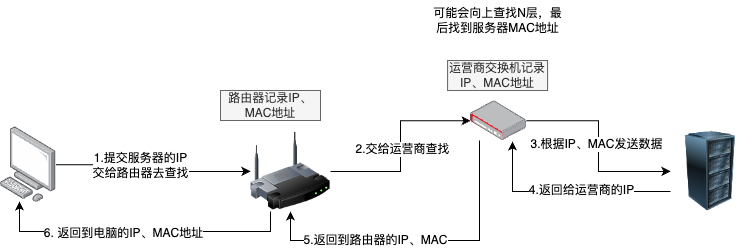
Above: ARP协议_获取MAC地址.drawio.png in JYbill/draw (draw.io), before the change. Source tidied: cells renumbered, new cells last; positions are measured from the earlier drawing's top-left corner, leaving out a move shared by most shapes.
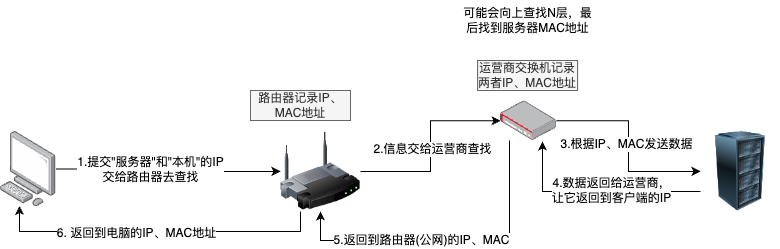
Above is the later version.

Commit message:
更新ARP协议_获取MAC地址.drawio.png

The edit, as a diff of the source:
```diff
@@ -5,18 +5,18 @@
     <mxCell id="2" style="edgeStyle=orthogonalEdgeStyle;rounded=0;jettySize=auto;html=1;" parent="1" edge="1" source="4" target="9">
       <mxGeometry relative="1" as="geometry" />
     </mxCell>
-    <mxCell id="3" value="1.提交服务器的IP&lt;br&gt;交给路由器去查找" style="edgeLabel;html=1;align=center;verticalAlign=middle;" parent="2" vertex="1">
+    <mxCell id="3" value="1.提交&quot;服务器&quot;和&quot;本机&quot;的IP&lt;br&gt;交给路由器去查找" style="edgeLabel;html=1;align=center;verticalAlign=middle;" parent="2" vertex="1">
       <mxGeometry x="-0.28" y="-3" relative="1" as="geometry">
         <mxPoint x="12" y="-3" as="offset" />
       </mxGeometry>
     </mxCell>
     <mxCell id="4" style="image;points=[];html=1;align=center;shadow=0;dashed=0;image=img/lib/allied_telesis/computer_and_terminals/Personal_Computer.svg;" parent="1" vertex="1">
-      <mxGeometry y="126.4" width="55.6" height="75.3" as="geometry" />
+      <mxGeometry x="-30" y="130.9" width="55.6" height="75.3" as="geometry" />
     </mxCell>
     <mxCell id="5" style="edgeStyle=orthogonalEdgeStyle;rounded=0;jettySize=auto;html=1;exitX=1;exitY=0.5;exitDx=0;exitDy=0;" parent="1" edge="1" source="9" target="14">
       <mxGeometry relative="1" as="geometry" />
     </mxCell>
-    <mxCell id="6" value="2.交给运营商查找" style="edgeLabel;html=1;align=center;verticalAlign=middle;" parent="5" vertex="1">
+    <mxCell id="6" value="2.信息交给运营商查找" style="edgeLabel;html=1;align=center;verticalAlign=middle;" parent="5" vertex="1">
       <mxGeometry x="-0.03" y="-1" relative="1" as="geometry" />
     </mxCell>
     <mxCell id="7" style="edgeStyle=orthogonalEdgeStyle;rounded=0;jettySize=auto;html=1;exitX=0.25;exitY=1;exitDx=0;exitDy=0;entryX=0.342;entryY=0.989;entryDx=0;entryDy=0;entryPerimeter=0;" parent="1" edge="1" source="9" target="4">
@@ -44,8 +44,10 @@
         </Array>
       </mxGeometry>
     </mxCell>
-    <mxCell id="13" value="5.返回到路由器的IP、MAC" style="edgeLabel;html=1;align=center;verticalAlign=middle;" parent="12" vertex="1">
-      <mxGeometry x="0.29" y="-1" relative="1" as="geometry" />
+    <mxCell id="13" value="5.返回到路由器(公网)的IP、MAC" style="edgeLabel;html=1;align=center;verticalAlign=middle;" parent="12" vertex="1">
+      <mxGeometry x="0.29" y="-1" relative="1" as="geometry">
+        <mxPoint x="16" as="offset" />
+      </mxGeometry>
     </mxCell>
     <mxCell id="14" style="image;points=[];html=1;align=center;shadow=0;dashed=0;image=img/lib/allied_telesis/security/Router_VPN.svg;" parent="1" vertex="1">
       <mxGeometry x="470" y="100.4" width="55.8" height="39.6" as="geometry" />
@@ -56,7 +58,7 @@
     <mxCell id="16" style="edgeStyle=orthogonalEdgeStyle;rounded=0;jettySize=auto;html=1;exitX=0;exitY=0.75;exitDx=0;exitDy=0;entryX=0.753;entryY=1.025;entryDx=0;entryDy=0;entryPerimeter=0;" parent="1" edge="1" source="18" target="14">
       <mxGeometry relative="1" as="geometry" />
     </mxCell>
-    <mxCell id="17" value="4.返回给运营商的IP" style="edgeLabel;html=1;align=center;verticalAlign=middle;" parent="16" vertex="1">
+    <mxCell id="17" value="4.数据返回给运营商，&lt;br&gt;让它返回到客户端的IP" style="edgeLabel;html=1;align=center;verticalAlign=middle;" parent="16" vertex="1">
       <mxGeometry x="0.02" y="-1" relative="1" as="geometry">
         <mxPoint x="16" as="offset" />
       </mxGeometry>
@@ -67,7 +69,7 @@
     <mxCell id="19" value="路由器记录IP、MAC地址" style="text;html=1;strokeColor=#666666;fillColor=#f5f5f5;align=center;verticalAlign=middle;whiteSpace=wrap;rounded=0;fontColor=#333333;" parent="1" vertex="1">
       <mxGeometry x="220" y="90" width="100" height="30" as="geometry" />
     </mxCell>
-    <mxCell id="20" value="运营商交换机记录IP、MAC地址" style="text;html=1;strokeColor=#666666;fillColor=#f5f5f5;align=center;verticalAlign=middle;whiteSpace=wrap;rounded=0;fontColor=#333333;" parent="1" vertex="1">
+    <mxCell id="20" value="运营商交换机记录两者IP、MAC地址" style="text;html=1;strokeColor=#666666;fillColor=#f5f5f5;align=center;verticalAlign=middle;whiteSpace=wrap;rounded=0;fontColor=#333333;" parent="1" vertex="1">
       <mxGeometry x="447.1" y="60" width="100" height="30" as="geometry" />
     </mxCell>
   </root>
```
